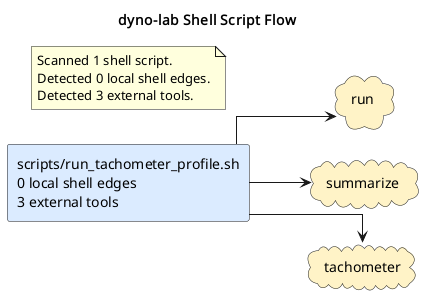
This is docs/diagrams/shell-call-graph.puml.png from casonk/dyno-lab, a PlantUML export, as it was before one commit.
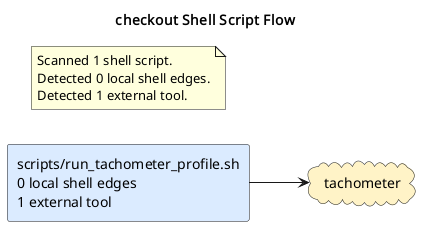
After the change.

What changed in the source:
```diff
@@ -1,20 +1,16 @@
 @startuml
-title dyno-lab Shell Script Flow
+title checkout Shell Script Flow
 left to right direction
 skinparam shadowing false
 skinparam defaultFontName Monospace
 skinparam componentStyle rectangle
 skinparam linetype ortho
-rectangle "scripts/run_tachometer_profile.sh\n0 local shell edges\n3 external tools" as shell_scripts_run_tachometer_profile_sh #DBEAFE
-cloud "run" as tool_run #FEF3C7
-cloud "summarize" as tool_summarize #FEF3C7
+rectangle "scripts/run_tachometer_profile.sh\n0 local shell edges\n1 external tool" as shell_scripts_run_tachometer_profile_sh #DBEAFE
 cloud "tachometer" as tool_tachometer #FEF3C7
-shell_scripts_run_tachometer_profile_sh --> tool_run
-shell_scripts_run_tachometer_profile_sh --> tool_summarize
 shell_scripts_run_tachometer_profile_sh --> tool_tachometer
 note as shellGraphSummary
 Scanned 1 shell script.
 Detected 0 local shell edges.
-Detected 3 external tools.
+Detected 1 external tool.
 end note
 @enduml
```
